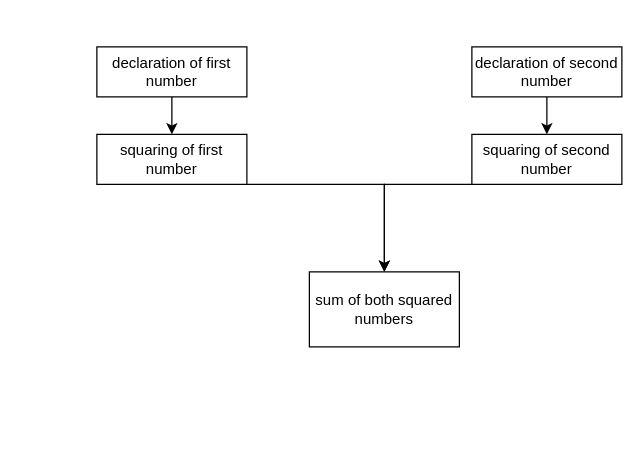
kayigireerneste/profile-assignment keeps this draw.io diagram as Untitled Diagram.drawio. Above is the earlier version. Source tidied: cells renumbered, new cells numbered last; positions are measured from the earlier drawing's top-left corner, leaving out a move shared by most shapes. Both pictures are drawn from the tidied source at 125%, with x=0, y=0 at pixel (96, 46).
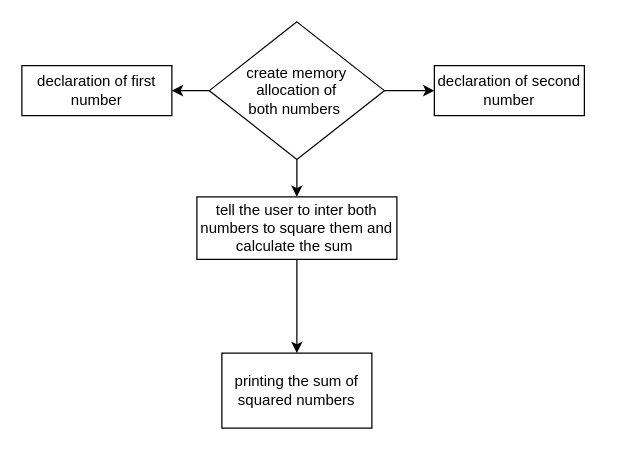
The same diagram, later.

What changed in the source:
```diff
@@
 <mxGraphModel>
   <root>
     <mxCell id="0" />
     <mxCell id="1" parent="0" />
-    <mxCell id="2" style="edgeStyle=orthogonalEdgeStyle;rounded=0;jettySize=auto;html=1;" parent="1" edge="1" source="3" target="7">
-      <mxGeometry relative="1" as="geometry" />
-    </mxCell>
     <mxCell id="3" value="declaration of first number" style="rounded=0;whiteSpace=wrap;html=1;" parent="1" vertex="1">
-      <mxGeometry width="120" height="40" as="geometry" />
+      <mxGeometry x="-60" y="15" width="120" height="40" as="geometry" />
     </mxCell>
-    <mxCell id="4" style="edgeStyle=orthogonalEdgeStyle;rounded=0;jettySize=auto;html=1;" parent="1" edge="1" source="5" target="9">
-      <mxGeometry relative="1" as="geometry" />
-    </mxCell>
     <mxCell id="5" value="declaration of second number" style="rounded=0;whiteSpace=wrap;html=1;" parent="1" vertex="1">
-      <mxGeometry x="300" width="120" height="40" as="geometry" />
+      <mxGeometry x="270" y="15" width="120" height="40" as="geometry" />
     </mxCell>
-    <mxCell id="6" style="edgeStyle=orthogonalEdgeStyle;rounded=0;jettySize=auto;html=1;exitX=0.5;exitY=0;exitDx=0;exitDy=0;" parent="1" edge="1" source="7">
-      <mxGeometry relative="1" as="geometry">
-        <mxPoint x="230" y="180" as="targetPoint" />
-        <Array as="points">
-          <mxPoint x="60" y="110" />
-          <mxPoint x="230" y="110" />
-        </Array>
-      </mxGeometry>
-    </mxCell>
-    <mxCell id="7" value="squaring of first number" style="rounded=0;whiteSpace=wrap;html=1;" parent="1" vertex="1">
-      <mxGeometry y="70" width="120" height="40" as="geometry" />
-    </mxCell>
-    <mxCell id="8" style="edgeStyle=orthogonalEdgeStyle;rounded=0;jettySize=auto;html=1;exitX=0.5;exitY=0;exitDx=0;exitDy=0;" parent="1" edge="1" source="9">
-      <mxGeometry relative="1" as="geometry">
-        <mxPoint x="230" y="180" as="targetPoint" />
-        <Array as="points">
-          <mxPoint x="360" y="110" />
-          <mxPoint x="230" y="110" />
-        </Array>
-      </mxGeometry>
-    </mxCell>
-    <mxCell id="9" value="squaring of second number" style="rounded=0;whiteSpace=wrap;html=1;" parent="1" vertex="1">
-      <mxGeometry x="300" y="70" width="120" height="40" as="geometry" />
-    </mxCell>
-    <mxCell id="10" value="sum of both squared numbers" style="rounded=0;whiteSpace=wrap;html=1;" parent="1" vertex="1">
-      <mxGeometry x="170" y="180" width="120" height="60" as="geometry" />
-    </mxCell>
+    <mxCell id="11" style="edgeStyle=orthogonalEdgeStyle;rounded=0;jettySize=auto;html=1;" parent="1" edge="1" source="14" target="5">
+      <mxGeometry relative="1" as="geometry" />
+    </mxCell>
+    <mxCell id="12" style="edgeStyle=orthogonalEdgeStyle;rounded=0;jettySize=auto;html=1;" parent="1" edge="1" source="14" target="3">
+      <mxGeometry relative="1" as="geometry" />
+    </mxCell>
+    <mxCell id="13" style="edgeStyle=orthogonalEdgeStyle;rounded=0;jettySize=auto;html=1;" parent="1" edge="1" source="14" target="16">
+      <mxGeometry relative="1" as="geometry" />
+    </mxCell>
+    <mxCell id="14" value="create memory &lt;br&gt;allocation of &lt;br&gt;both numbers&amp;nbsp;" style="rhombus;whiteSpace=wrap;html=1;" parent="1" vertex="1">
+      <mxGeometry x="90" y="-20" width="140" height="110" as="geometry" />
+    </mxCell>
+    <mxCell id="15" style="edgeStyle=orthogonalEdgeStyle;rounded=0;jettySize=auto;html=1;" parent="1" edge="1" source="16" target="17">
+      <mxGeometry relative="1" as="geometry" />
+    </mxCell>
+    <mxCell id="16" value="tell the user to inter both numbers to square them and calculate the sum&amp;nbsp;" style="whiteSpace=wrap;html=1;" parent="1" vertex="1">
+      <mxGeometry x="80" y="120" width="160" height="50" as="geometry" />
+    </mxCell>
+    <mxCell id="17" value="printing the sum of squared numbers" style="whiteSpace=wrap;html=1;" parent="1" vertex="1">
+      <mxGeometry x="100" y="245" width="120" height="60" as="geometry" />
+    </mxCell>
   </root>
 </mxGraphModel>
```
